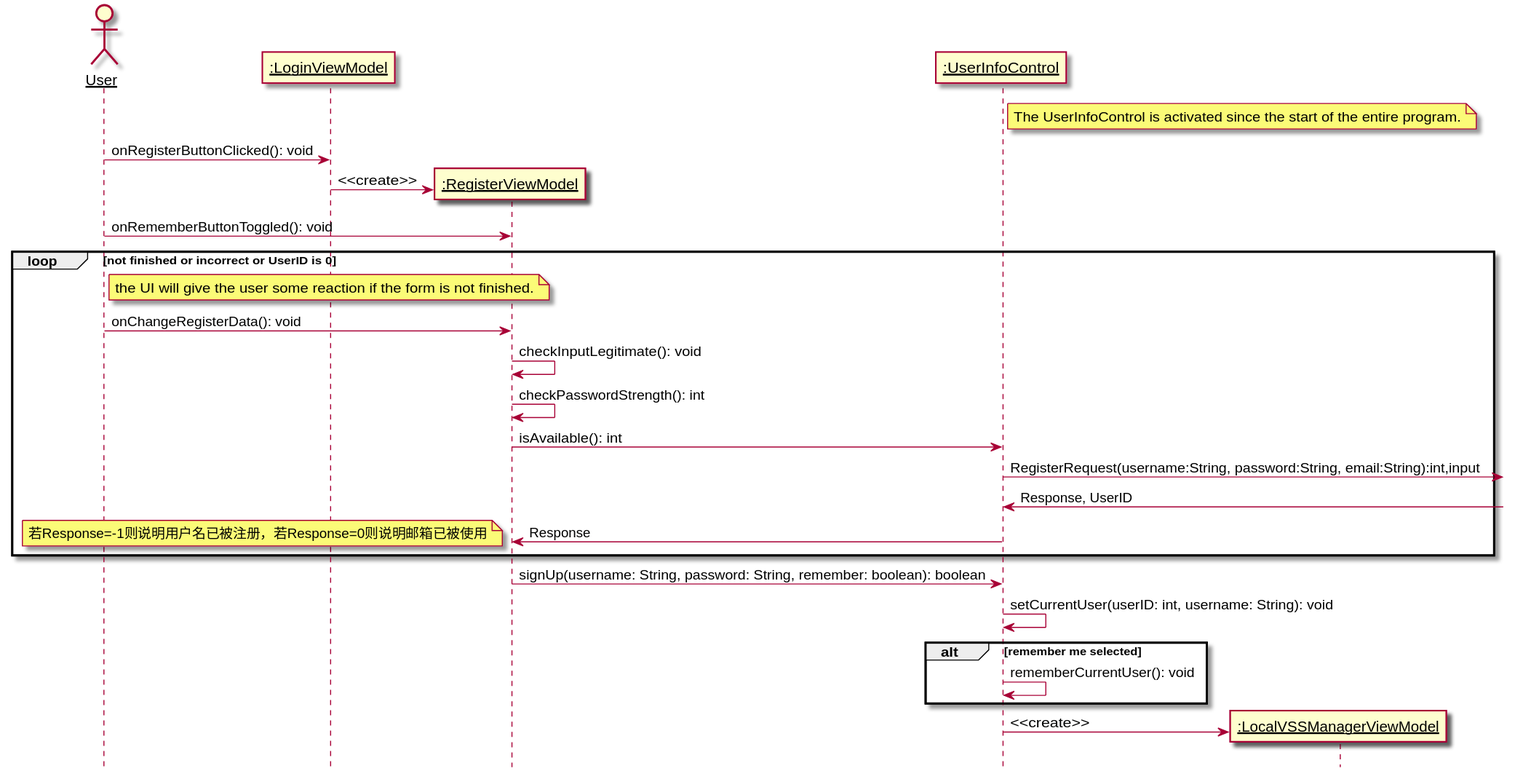
Before: 设计/Diagrams/Register.svg, a diagram exported from PlantUML (kpp19920121/doc).
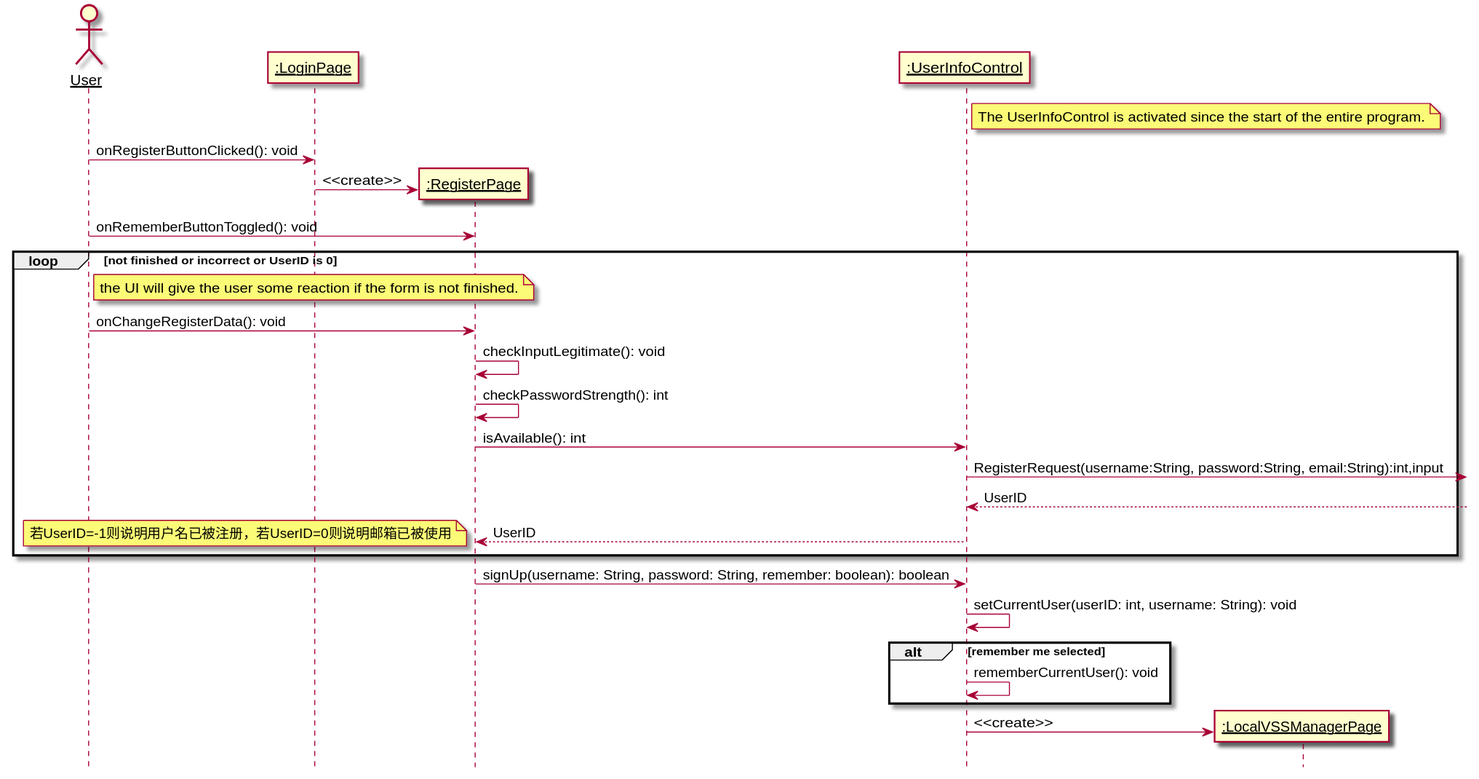
The same diagram one commit later.

Diff of the diagram source:
```diff
@@ -3,10 +3,10 @@
 skinparam sequenceParticipant underline
 
 actor User as user
-participant ":LoginViewModel" as loginpage
-participant ":RegisterViewModel" as boundary
+participant ":LoginPage" as loginpage
+participant ":RegisterPage" as boundary
 participant ":UserInfoControl" as control
-participant ":LocalVSSManagerViewModel" as nextpage
+participant ":LocalVSSManagerPage" as nextpage
 
 note right of control: The UserInfoControl is activated since the start of the entire program.
 
@@ -25,9 +25,9 @@
     boundary -> boundary: checkPasswordStrength(): int
     boundary -> control: isAvailable(): int
     control ->:RegisterRequest(username:String, password:String, email:String):int,input
-    control <-:Response, UserID
-    control->boundary:Response
-    note left:若Response=-1则说明用户名已被注册，若Response=0则说明邮箱已被使用
+    control <--:UserID
+    control-->boundary:UserID
+    note left:若UserID=-1则说明用户名已被注册，若UserID=0则说明邮箱已被使用
 end
 
 boundary -> control: signUp(username: String, password: String, remember: boolean): boolean
```
